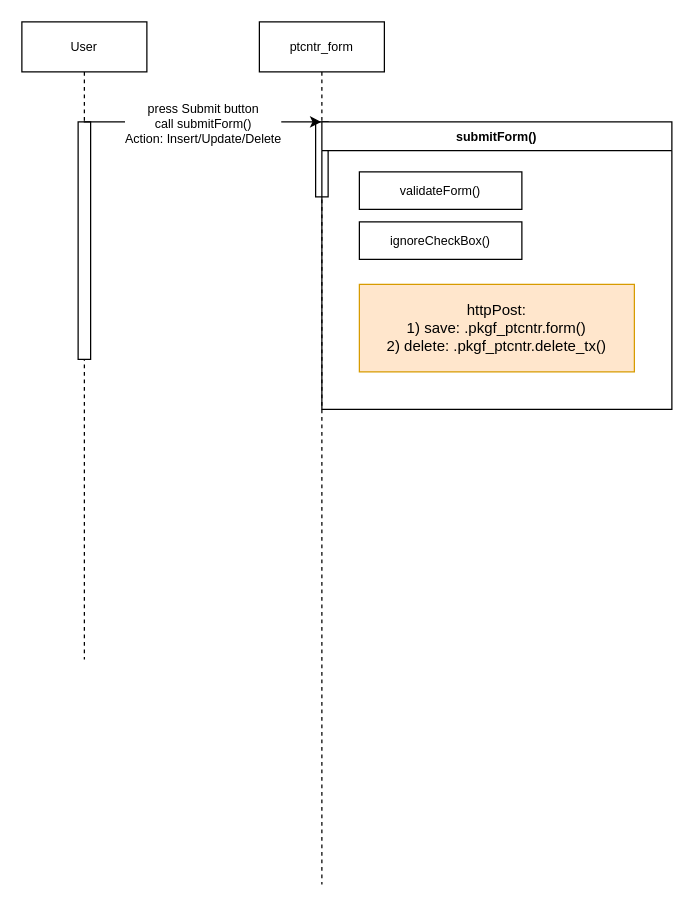
The draw.io diagram page "ptcntr_form" (1 of 3) of Contract_Input_Form SequenceDiagram.drawio in mujianlo/hrpt_drawio, before the edit. Source tidied: cells renumbered, new cells numbered last; positions are measured from the earlier drawing's top-left corner, leaving out a move shared by most shapes. Both pictures are drawn from the tidied source at 125%, with x=0, y=0 at pixel (21, 21).
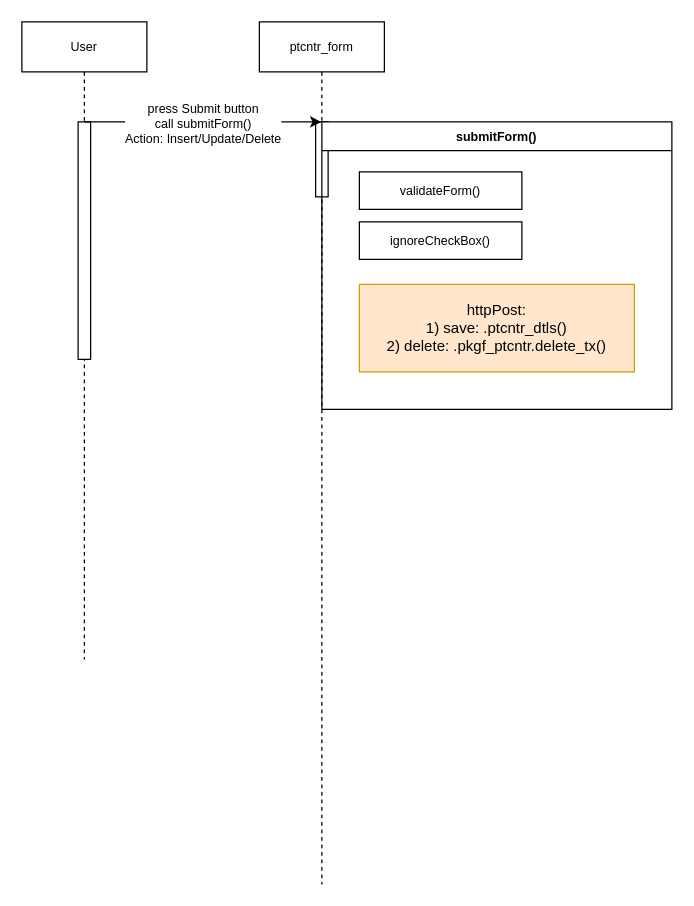
The same diagram, later.

Diff of the diagram source:
```diff
@@
 <mxGraphModel>
   <root>
     <mxCell id="0" />
     <mxCell id="1" parent="0" />
     <mxCell id="2" value="&lt;div style=&quot;font-size: 10px;&quot;&gt;ptcntr_form &lt;br style=&quot;font-size: 10px;&quot;&gt;&lt;/div&gt;" style="shape=umlLifeline;perimeter=lifelinePerimeter;whiteSpace=wrap;html=1;outlineConnect=0;portConstraint=eastwest;newEdgeStyle={&quot;edgeStyle&quot;:&quot;elbowEdgeStyle&quot;,&quot;elbow&quot;:&quot;vertical&quot;,&quot;curved&quot;:0,&quot;rounded&quot;:0};fontSize=10;" parent="1" vertex="1">
       <mxGeometry x="190" width="100" height="690" as="geometry" />
     </mxCell>
     <mxCell id="3" style="html=1;perimeter=orthogonalPerimeter;targetShapes=umlLifeline;newEdgeStyle={&quot;edgeStyle&quot;:&quot;elbowEdgeStyle&quot;,&quot;elbow&quot;:&quot;vertical&quot;,&quot;curved&quot;:0,&quot;rounded&quot;:0};fontSize=10;" parent="2" vertex="1">
       <mxGeometry x="45" y="80" width="10" height="60" as="geometry" />
     </mxCell>
     <mxCell id="4" value="User" style="shape=umlLifeline;perimeter=lifelinePerimeter;whiteSpace=wrap;html=1;outlineConnect=0;portConstraint=eastwest;newEdgeStyle={&quot;edgeStyle&quot;:&quot;elbowEdgeStyle&quot;,&quot;elbow&quot;:&quot;vertical&quot;,&quot;curved&quot;:0,&quot;rounded&quot;:0};fontSize=10;" parent="1" vertex="1">
       <mxGeometry width="100" height="510" as="geometry" />
     </mxCell>
     <mxCell id="5" style="html=1;perimeter=orthogonalPerimeter;targetShapes=umlLifeline;newEdgeStyle={&quot;edgeStyle&quot;:&quot;elbowEdgeStyle&quot;,&quot;elbow&quot;:&quot;vertical&quot;,&quot;curved&quot;:0,&quot;rounded&quot;:0};fontSize=10;" parent="4" vertex="1">
       <mxGeometry x="45" y="80" width="10" height="190" as="geometry" />
     </mxCell>
     <mxCell id="6" style="endArrow=classic;html=1;rounded=0;fontSize=10;" parent="1" edge="1" source="4" target="2">
       <mxGeometry relative="1" as="geometry">
         <Array as="points">
           <mxPoint x="130" y="80" />
         </Array>
       </mxGeometry>
     </mxCell>
     <mxCell id="7" value="&lt;font style=&quot;font-size: 10px;&quot;&gt;press Submit button&lt;/font&gt;&lt;br style=&quot;font-size: 10px;&quot;&gt;call submitForm()&lt;br&gt;Action: Insert/Update/Delete" style="edgeLabel;html=1;align=center;verticalAlign=middle;fontSize=10;" parent="6" vertex="1">
       <mxGeometry relative="1" as="geometry" />
     </mxCell>
     <mxCell id="8" value="submitForm()" style="swimlane;whiteSpace=wrap;html=1;fontSize=10;" parent="1" vertex="1">
       <mxGeometry x="240" y="80" width="280" height="230" as="geometry" />
     </mxCell>
     <mxCell id="9" value="validateForm()" style="whiteSpace=wrap;html=1;fontSize=10;" parent="8" vertex="1">
       <mxGeometry x="30" y="40" width="130" height="30" as="geometry" />
     </mxCell>
     <mxCell id="10" value="&lt;font style=&quot;font-size: 10px;&quot;&gt;ignoreCheckBox()&lt;/font&gt;" style="whiteSpace=wrap;html=1;" parent="8" vertex="1">
       <mxGeometry x="30" y="80" width="130" height="30" as="geometry" />
     </mxCell>
-    <mxCell id="11" value="httpPost: &lt;br&gt;&lt;div&gt;1) save: .pkgf_ptcntr.form()&lt;/div&gt;&lt;div&gt;2) delete: .pkgf_ptcntr.delete_tx()&lt;br&gt;&lt;/div&gt;" style="whiteSpace=wrap;html=1;fillColor=#ffe6cc;strokeColor=#d79b00;align=center;" parent="8" vertex="1">
+    <mxCell id="11" value="httpPost: &lt;br&gt;&lt;div&gt;1) save: .ptcntr_dtls()&lt;br&gt;&lt;/div&gt;&lt;div&gt;2) delete: .pkgf_ptcntr.delete_tx()&lt;br&gt;&lt;/div&gt;" style="whiteSpace=wrap;html=1;fillColor=#ffe6cc;strokeColor=#d79b00;align=center;" parent="8" vertex="1">
       <mxGeometry x="30" y="130" width="220" height="70" as="geometry" />
     </mxCell>
   </root>
 </mxGraphModel>
```
